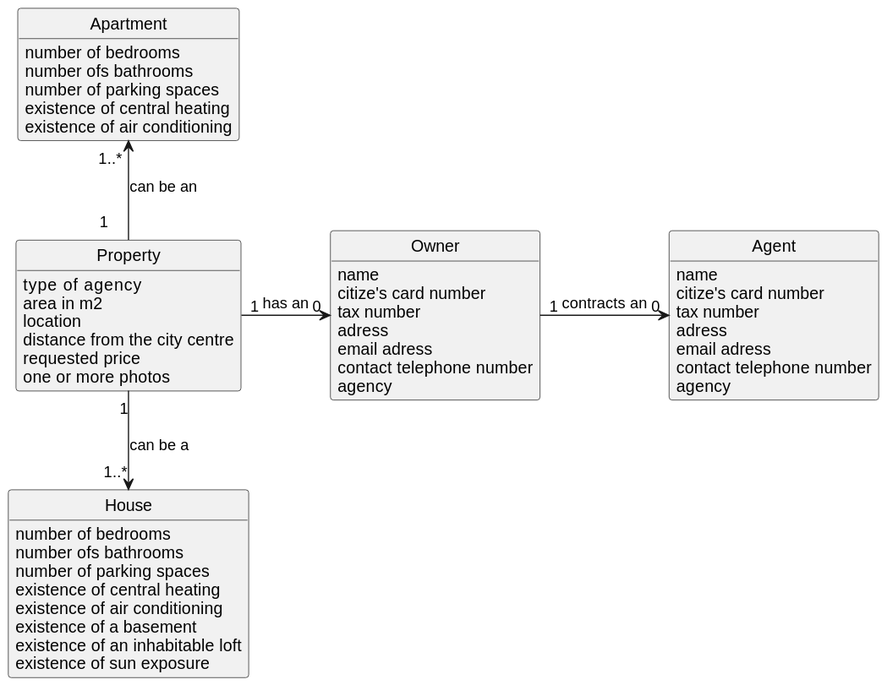
Before: docs/Sprint-A/US004/02.analysis/svg/us004-domain-model.svg, a diagram exported from PlantUML (Rodrick0209/ISEP-LAPR2-22-23).
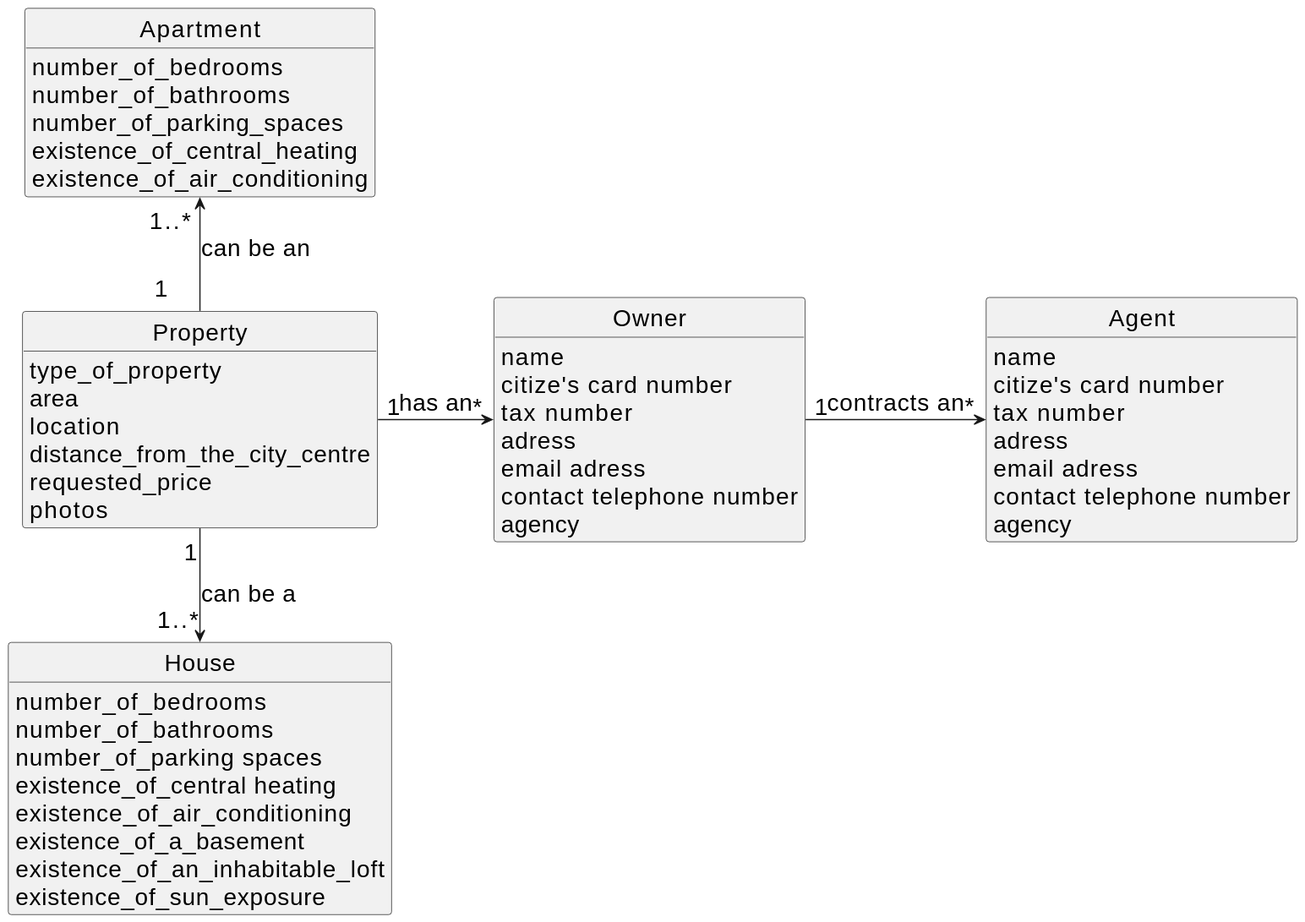
After the commit.

What changed in the source:
```diff
@@ -1,4 +1,5 @@
 @startuml
+skinparamlocked defaultFontSize 20
 skinparam monochrome true
 skinparam packageStyle rectangle
 skinparam shadowing false
@@ -13,12 +14,12 @@
 
 
 class Property  {
-    type of property
-    area in m2
+    type_of_property
+    area
     location
-    distance from the city centre
-    requested price
-    one or more photos
+    distance_from_the_city_centre
+    requested_price
+    photos
 }
 
 class Owner{
@@ -32,22 +33,22 @@
 }
 
 class Apartment{
-    number of bedrooms
-    number ofs bathrooms
-    number of parking spaces
-    existence of central heating
-    existence of air conditioning
+    number_of_bedrooms
+    number_of_bathrooms
+    number_of_parking_spaces
+    existence_of_central_heating
+    existence_of_air_conditioning
 
 }
 class House{
-    number of bedrooms
-    number ofs bathrooms
-    number of parking spaces
-    existence of central heating
-    existence of air conditioning
-    existence of a basement
-    existence of an inhabitable loft
-    existence of sun exposure
+    number_of_bedrooms
+    number_of_bathrooms
+    number_of_parking spaces
+    existence_of_central heating
+    existence_of_air_conditioning
+    existence_of_a_basement
+    existence_of_an_inhabitable_loft
+    existence_of_sun_exposure
 }
 
 
@@ -64,6 +65,6 @@
 
 Property "1"-D-> "1..*" House :  can be a
 Property "1    "-U-> "1..* " Apartment :  can be an
-Property "1"->"0" Owner : has an
-Owner "1"-> "0" Agent : contracts an
+Property "1"->"*" Owner : has an
+Owner "1"-> "*" Agent : contracts an
 @enduml
```
